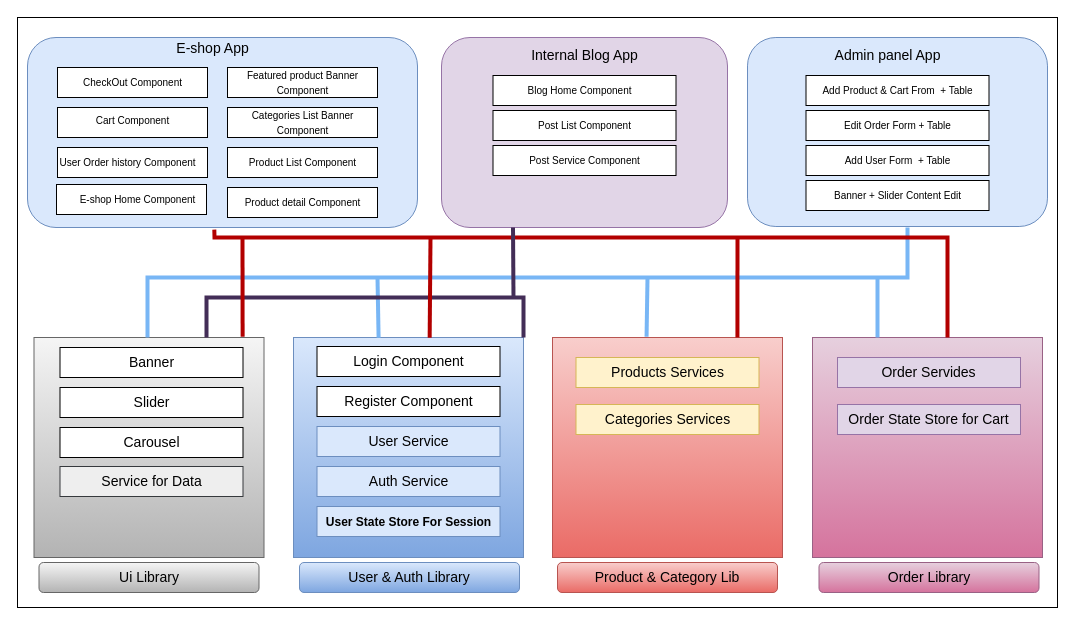
Before: page "Page-2" (2 of 3) of yellowsign/yellow_sign.drawio in Binayak3666/My_Application_Drawing_Architect, a draw.io diagram. Source tidied: cells renumbered, new cells numbered last; positions are measured from the earlier drawing's top-left corner, leaving out a move shared by most shapes. Both pictures are drawn from the tidied source at 100%, with x=0, y=0 at pixel (17, 17).
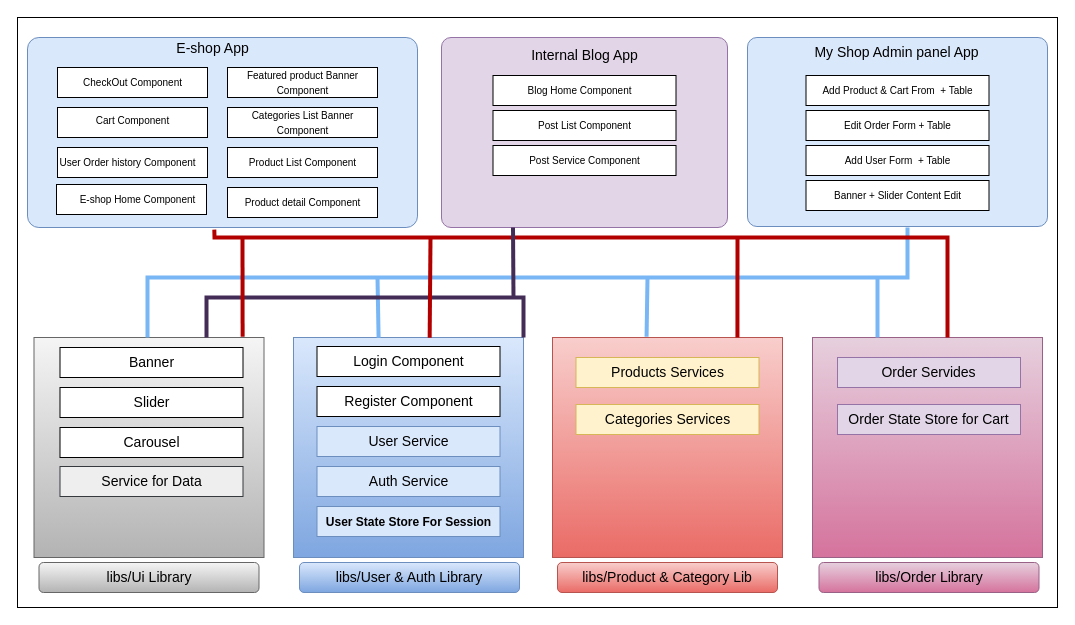
Above is the later version.

Change to the diagram source:
```diff
@@
-    <mxCell id="3" style="rounded=1;whiteSpace=wrap;html=1;fillColor=#dae8fc;strokeColor=#6c8ebf;" parent="1" vertex="1">
+    <mxCell id="3" style="rounded=1;whiteSpace=wrap;html=1;fillColor=#dae8fc;strokeColor=#6c8ebf;arcSize=6;" parent="1" vertex="1">
       <mxGeometry x="10" y="20" width="390" height="190" as="geometry" />
     </mxCell>
-    <mxCell id="4" style="rounded=1;whiteSpace=wrap;html=1;fillColor=#e1d5e7;strokeColor=#9673a6;" parent="1" vertex="1">
+    <mxCell id="4" style="rounded=1;whiteSpace=wrap;html=1;fillColor=#e1d5e7;strokeColor=#9673a6;arcSize=5;" parent="1" vertex="1">
       <mxGeometry x="424" y="20" width="286" height="190" as="geometry" />
     </mxCell>
-    <mxCell id="5" style="rounded=1;whiteSpace=wrap;html=1;fillColor=#dae8fc;strokeColor=#6c8ebf;" parent="1" vertex="1">
+    <mxCell id="5" style="rounded=1;whiteSpace=wrap;html=1;fillColor=#dae8fc;strokeColor=#6c8ebf;arcSize=5;" parent="1" vertex="1">
       <mxGeometry x="730" y="20" width="300" height="189" as="geometry" />
     </mxCell>
@@
-    <mxCell id="8" value="&lt;span style=&quot;font-size: 14px;&quot;&gt;Admin panel App&lt;/span&gt;" style="text;html=1;align=center;verticalAlign=middle;fillColor=none;strokeColor=none;rounded=0;shadow=0;" parent="1" vertex="1">
-      <mxGeometry x="810" y="28" width="120" height="20" as="geometry" />
+    <mxCell id="8" value="&lt;span style=&quot;font-size: 14px;&quot;&gt;My Shop Admin panel App&lt;/span&gt;" style="text;html=1;align=center;verticalAlign=middle;fillColor=none;strokeColor=none;rounded=0;shadow=0;" parent="1" vertex="1">
+      <mxGeometry x="788.5" y="25" width="180" height="20" as="geometry" />
     </mxCell>
@@
-    <mxCell id="47" value="&lt;font style=&quot;font-size: 14px;&quot;&gt;Ui Library&lt;/font&gt;" style="rounded=1;whiteSpace=wrap;html=1;shadow=0;fontSize=10;fillColor=#f5f5f5;gradientColor=#b3b3b3;strokeColor=#666666;" parent="1" vertex="1">
+    <mxCell id="47" value="&lt;font style=&quot;font-size: 14px;&quot;&gt;libs/Ui Library&lt;/font&gt;" style="rounded=1;whiteSpace=wrap;html=1;shadow=0;fontSize=10;fillColor=#f5f5f5;gradientColor=#b3b3b3;strokeColor=#666666;" parent="1" vertex="1">
       <mxGeometry x="21.5" y="545" width="220" height="30" as="geometry" />
     </mxCell>
-    <mxCell id="48" value="&lt;font style=&quot;font-size: 14px;&quot;&gt;User &amp;amp; Auth Library&lt;/font&gt;" style="rounded=1;whiteSpace=wrap;html=1;shadow=0;fontSize=10;fillColor=#dae8fc;gradientColor=#7ea6e0;strokeColor=#6c8ebf;" parent="1" vertex="1">
+    <mxCell id="48" value="&lt;font style=&quot;font-size: 14px;&quot;&gt;libs/User &amp;amp; Auth Library&lt;/font&gt;" style="rounded=1;whiteSpace=wrap;html=1;shadow=0;fontSize=10;fillColor=#dae8fc;gradientColor=#7ea6e0;strokeColor=#6c8ebf;" parent="1" vertex="1">
       <mxGeometry x="282" y="545" width="220" height="30" as="geometry" />
     </mxCell>
-    <mxCell id="49" value="&lt;span style=&quot;font-size: 14px;&quot;&gt;Product &amp;amp; Category Lib&lt;/span&gt;" style="rounded=1;whiteSpace=wrap;html=1;shadow=0;fontSize=10;fillColor=#f8cecc;gradientColor=#ea6b66;strokeColor=#b85450;" parent="1" vertex="1">
+    <mxCell id="49" value="&lt;span style=&quot;font-size: 14px;&quot;&gt;libs/&lt;/span&gt;&lt;span style=&quot;font-size: 14px;&quot;&gt;Product &amp;amp; Category Lib&lt;/span&gt;" style="rounded=1;whiteSpace=wrap;html=1;shadow=0;fontSize=10;fillColor=#f8cecc;gradientColor=#ea6b66;strokeColor=#b85450;" parent="1" vertex="1">
       <mxGeometry x="540" y="545" width="220" height="30" as="geometry" />
     </mxCell>
-    <mxCell id="50" value="&lt;span style=&quot;font-size: 14px;&quot;&gt;Order Library&lt;/span&gt;" style="rounded=1;whiteSpace=wrap;html=1;shadow=0;fontSize=10;fillColor=#e6d0de;gradientColor=#d5739d;strokeColor=#996185;" parent="1" vertex="1">
+    <mxCell id="50" value="&lt;span style=&quot;font-size: 14px;&quot;&gt;libs/&lt;/span&gt;&lt;span style=&quot;font-size: 14px;&quot;&gt;Order Library&lt;/span&gt;" style="rounded=1;whiteSpace=wrap;html=1;shadow=0;fontSize=10;fillColor=#e6d0de;gradientColor=#d5739d;strokeColor=#996185;" parent="1" vertex="1">
       <mxGeometry x="801.5" y="545" width="220" height="30" as="geometry" />
     </mxCell>
```
